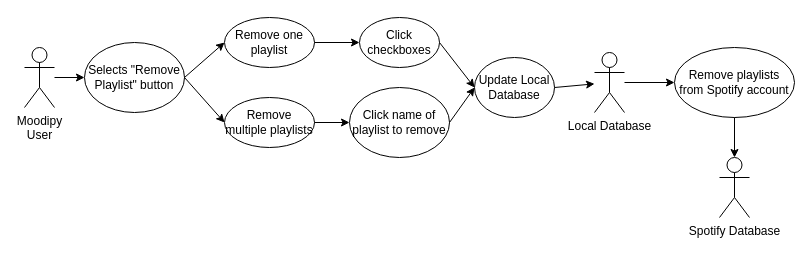
Earlier version of the draw.io diagram Use case remove playlist.drawio (stpilks99/moodipy). Source tidied: cells renumbered, new cells numbered last; positions are measured from the earlier drawing's top-left corner, leaving out a move shared by most shapes. Both pictures are drawn from the tidied source at 100%, with x=0, y=0 at pixel (24, 17).
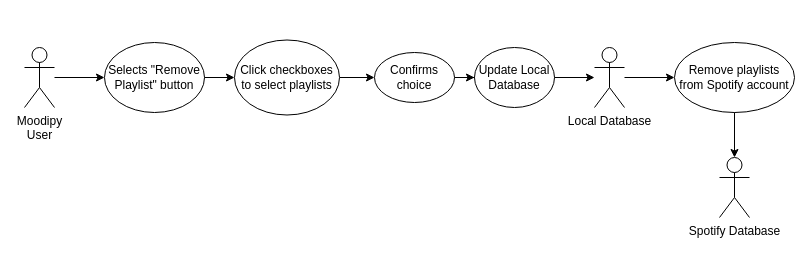
The same diagram, later.

Diff of the diagram source:
```diff
@@
-    <mxCell id="3" value="Remove one playlist" style="ellipse;whiteSpace=wrap;html=1;" parent="1" vertex="1">
-      <mxGeometry x="200" width="90" height="50" as="geometry" />
-    </mxCell>
-    <mxCell id="4" value="Remove multiple playlists" style="ellipse;whiteSpace=wrap;html=1;" parent="1" vertex="1">
-      <mxGeometry x="200" y="80" width="90" height="50" as="geometry" />
-    </mxCell>
     <mxCell id="5" value="Local Database" style="shape=umlActor;verticalLabelPosition=bottom;labelBackgroundColor=#ffffff;verticalAlign=top;html=1;outlineConnect=0;" parent="1" vertex="1">
-      <mxGeometry x="570" y="35" width="30" height="60" as="geometry" />
+      <mxGeometry x="570" y="30" width="30" height="60" as="geometry" />
     </mxCell>
-    <mxCell id="6" value="Click checkboxes " style="ellipse;whiteSpace=wrap;html=1;" parent="1" vertex="1">
-      <mxGeometry x="335" width="80" height="50" as="geometry" />
-    </mxCell>
+    <mxCell id="22" style="edgeStyle=orthogonalEdgeStyle;rounded=0;jettySize=auto;html=1;" parent="1" edge="1" source="7" target="24">
+      <mxGeometry relative="1" as="geometry" />
+    </mxCell>
-    <mxCell id="7" value="Click name of playlist to remove" style="ellipse;whiteSpace=wrap;html=1;" parent="1" vertex="1">
-      <mxGeometry x="325" y="70" width="100" height="70" as="geometry" />
+    <mxCell id="7" value="Click checkboxes to select playlists" style="ellipse;whiteSpace=wrap;html=1;" parent="1" vertex="1">
+      <mxGeometry x="210" y="22.5" width="105" height="75" as="geometry" />
     </mxCell>
     <mxCell id="8" value="Selects &quot;Remove Playlist&quot; button" style="ellipse;whiteSpace=wrap;html=1;" parent="1" vertex="1">
-      <mxGeometry x="60" y="25" width="100" height="70" as="geometry" />
+      <mxGeometry x="80" y="25" width="100" height="70" as="geometry" />
     </mxCell>
     <mxCell id="9" value="Update Local Database" style="ellipse;whiteSpace=wrap;html=1;" parent="1" vertex="1">
-      <mxGeometry x="450" y="40" width="80" height="60" as="geometry" />
+      <mxGeometry x="450" y="30" width="80" height="60" as="geometry" />
     </mxCell>
@@
     <mxCell id="11" value="Remove playlists from Spotify account" style="ellipse;whiteSpace=wrap;html=1;" parent="1" vertex="1">
-      <mxGeometry x="650" y="30" width="120" height="70" as="geometry" />
+      <mxGeometry x="650" y="25" width="120" height="70" as="geometry" />
     </mxCell>
@@
-    <mxCell id="16" style="endArrow=classic;html=1;entryX=0;entryY=0.5;entryDx=0;entryDy=0;exitX=1;exitY=0.5;exitDx=0;exitDy=0;" parent="1" edge="1" source="8" target="3">
-      <mxGeometry relative="1" as="geometry" />
-    </mxCell>
-    <mxCell id="17" style="endArrow=classic;html=1;exitX=1;exitY=0.5;exitDx=0;exitDy=0;entryX=0;entryY=0.5;entryDx=0;entryDy=0;" parent="1" edge="1" source="8" target="4">
+    <mxCell id="17" style="endArrow=classic;html=1;exitX=1;exitY=0.5;exitDx=0;exitDy=0;entryX=0;entryY=0.5;entryDx=0;entryDy=0;" parent="1" edge="1" source="8" target="7">
       <mxGeometry relative="1" as="geometry" />
     </mxCell>
-    <mxCell id="18" style="endArrow=classic;html=1;exitX=1;exitY=0.5;exitDx=0;exitDy=0;entryX=0;entryY=0.5;entryDx=0;entryDy=0;" parent="1" edge="1" source="4" target="7">
-      <mxGeometry relative="1" as="geometry" />
-    </mxCell>
-    <mxCell id="19" style="endArrow=classic;html=1;entryX=0;entryY=0.5;entryDx=0;entryDy=0;" parent="1" edge="1" source="3" target="6">
-      <mxGeometry relative="1" as="geometry" />
-    </mxCell>
-    <mxCell id="20" style="endArrow=classic;html=1;exitX=1;exitY=0.5;exitDx=0;exitDy=0;entryX=0;entryY=0.5;entryDx=0;entryDy=0;" parent="1" edge="1" source="6" target="9">
-      <mxGeometry relative="1" as="geometry" />
-    </mxCell>
-    <mxCell id="21" style="endArrow=classic;html=1;exitX=1;exitY=0.5;exitDx=0;exitDy=0;entryX=0;entryY=0.5;entryDx=0;entryDy=0;" parent="1" edge="1" source="7" target="9">
-      <mxGeometry relative="1" as="geometry" />
-    </mxCell>
+    <mxCell id="23" style="edgeStyle=orthogonalEdgeStyle;rounded=0;jettySize=auto;html=1;" parent="1" edge="1" source="24" target="9">
+      <mxGeometry relative="1" as="geometry" />
+    </mxCell>
+    <mxCell id="24" value="Confirms choice" style="ellipse;whiteSpace=wrap;html=1;" parent="1" vertex="1">
+      <mxGeometry x="350" y="35" width="80" height="50" as="geometry" />
+    </mxCell>
```
